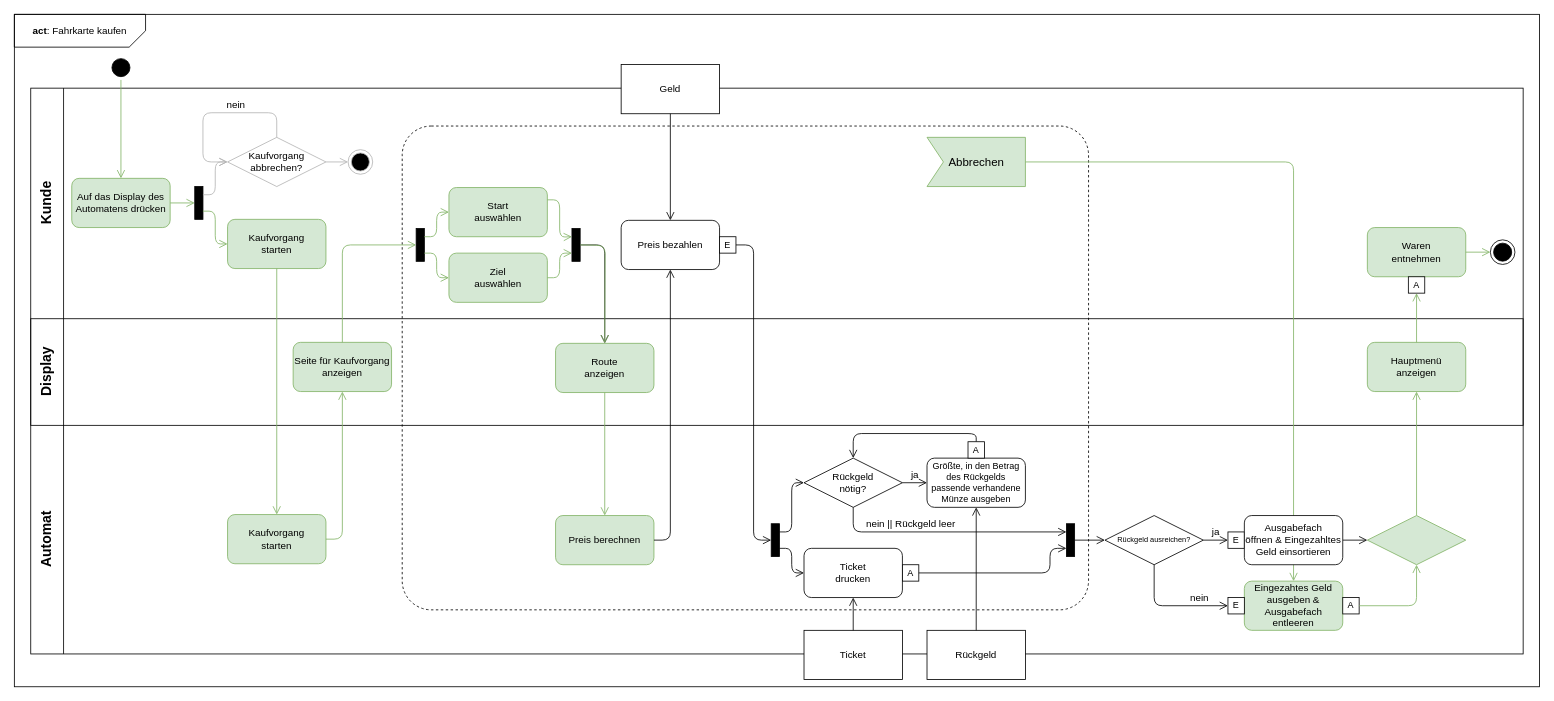
Above: swt_wende_tim_h04/swt_wende_tim_h04_activity_diagram_abort.drawio in tmwnd/fha-swt (draw.io), before the change. Source tidied: cells renumbered, new cells numbered last; positions are measured from the earlier drawing's top-left corner, leaving out a move shared by most shapes. Both pictures are drawn from the tidied source at 82%, with x=0, y=0 at pixel (-68, 14).
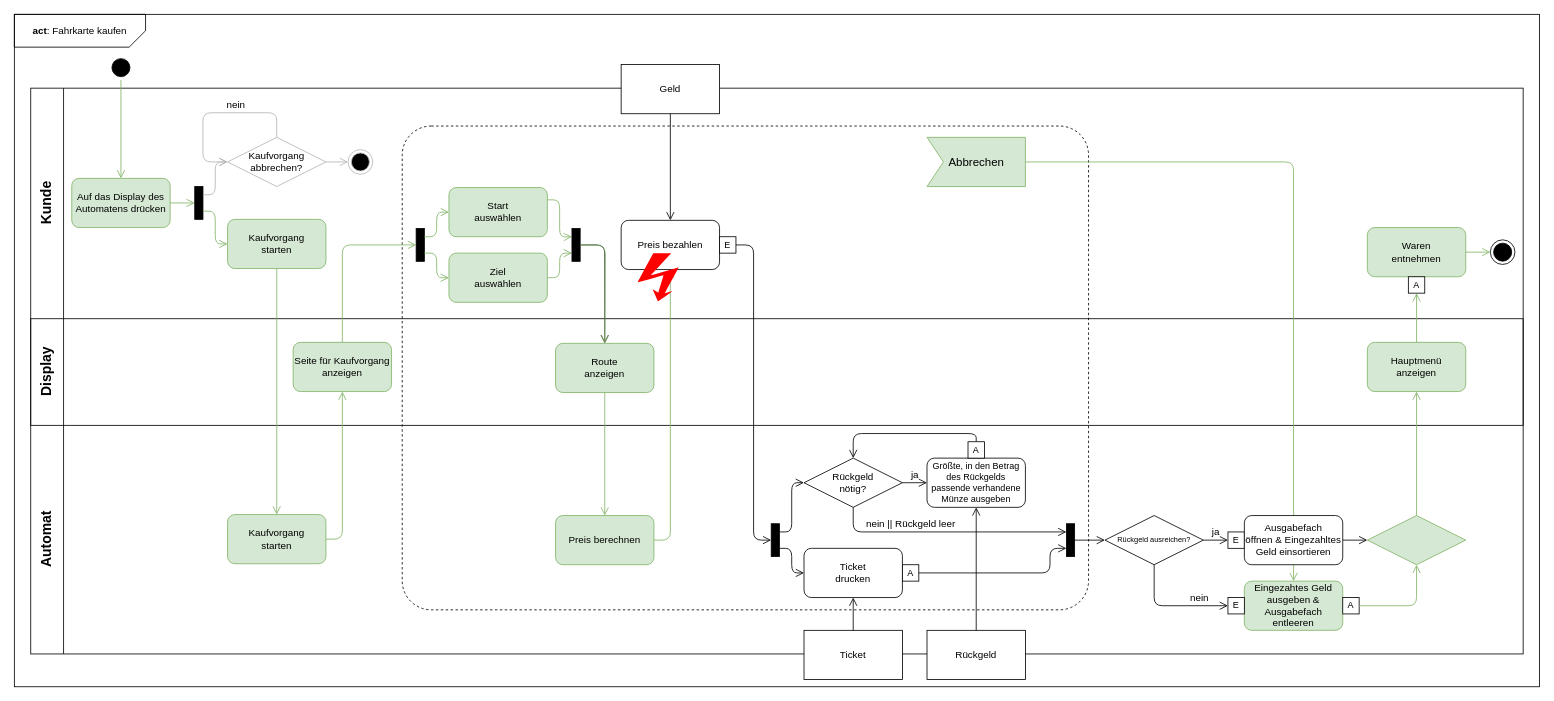
Above is the later version.

The change refers to these unchanged cells:
```xml
<mxCell id="37" value="Preis berechnen" style="rounded=1;whiteSpace=wrap;html=1;fontSize=12;fillColor=#d5e8d4;strokeColor=#82b366;" parent="1" vertex="1">
  <mxGeometry x="760" y="611.2" width="120" height="60" as="geometry" />
</mxCell>
<mxCell id="39" value="Preis bezahlen" style="rounded=1;whiteSpace=wrap;html=1;fontSize=12;" parent="1" vertex="1">
  <mxGeometry x="840" y="251.2" width="120" height="60" as="geometry" />
</mxCell>
```

Change to the diagram source:
```diff
@@
-    <mxCell id="40" style="edgeStyle=orthogonalEdgeStyle;html=1;verticalAlign=bottom;endArrow=open;endSize=8;fontSize=17;exitX=1;exitY=0.5;exitDx=0;exitDy=0;entryX=0.5;entryY=1;entryDx=0;entryDy=0;" parent="1" edge="1" source="37" target="39">
+    <mxCell id="40" style="edgeStyle=orthogonalEdgeStyle;html=1;verticalAlign=bottom;endArrow=open;endSize=8;fontSize=17;exitX=1;exitY=0.5;exitDx=0;exitDy=0;entryX=0.5;entryY=1;entryDx=0;entryDy=0;fillColor=#d5e8d4;strokeColor=#82b366;" parent="1" edge="1" source="37" target="39">
       <mxGeometry relative="1" as="geometry" />
     </mxCell>
@@
+    <mxCell id="85" style="shape=mxgraph.signs.safety.high_voltage_2;html=1;strokeColor=none;verticalLabelPosition=bottom;verticalAlign=top;align=center;sketch=0;fillColor=#FF0000;" parent="1" vertex="1">
+      <mxGeometry x="860" y="291.2" width="50" height="58.8" as="geometry" />
+    </mxCell>
```
